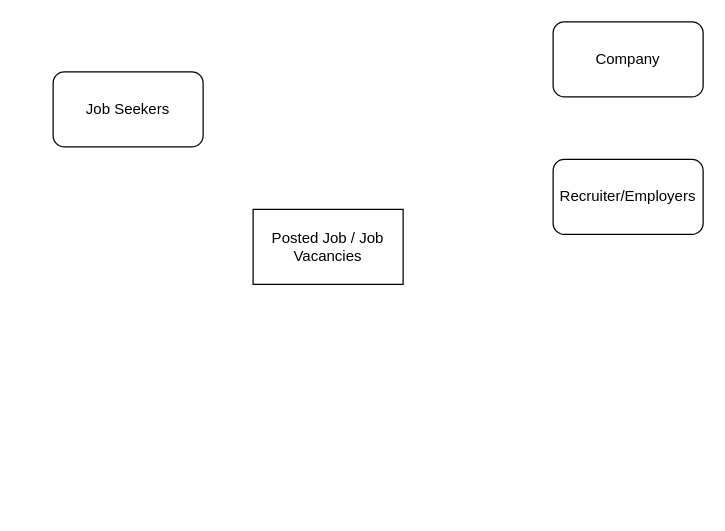
Above: Untitled Diagram.drawio in johnjumaritz/Conceptual_Framework-JFS (draw.io), before the change. Source tidied: cells renumbered, new cells numbered last; positions are measured from the earlier drawing's top-left corner, leaving out a move shared by most shapes. Both pictures are drawn from the tidied source at 125%, with x=0, y=0 at pixel (52, 21).
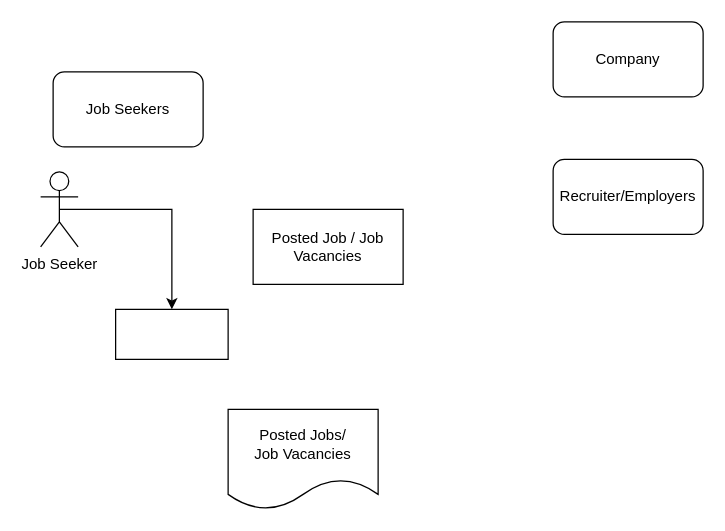
The same page after the edit.

The edit, as a diff of the source:
```diff
@@
 <mxGraphModel>
   <root>
     <mxCell id="0" />
     <mxCell id="1" parent="0" />
     <mxCell id="2" value="Posted Job / Job Vacancies" style="rounded=0;whiteSpace=wrap;html=1;" parent="1" vertex="1">
       <mxGeometry x="160" y="150" width="120" height="60" as="geometry" />
     </mxCell>
     <mxCell id="3" value="Job Seekers" style="rounded=1;whiteSpace=wrap;html=1;" parent="1" vertex="1">
       <mxGeometry y="40" width="120" height="60" as="geometry" />
     </mxCell>
     <mxCell id="4" value="Company" style="rounded=1;whiteSpace=wrap;html=1;" parent="1" vertex="1">
       <mxGeometry x="400" width="120" height="60" as="geometry" />
     </mxCell>
     <mxCell id="5" value="Recruiter/Employers" style="rounded=1;whiteSpace=wrap;html=1;" parent="1" vertex="1">
       <mxGeometry x="400" y="110" width="120" height="60" as="geometry" />
     </mxCell>
+    <mxCell id="6" style="edgeStyle=orthogonalEdgeStyle;rounded=0;jettySize=auto;html=1;exitX=0.5;exitY=0.5;exitDx=0;exitDy=0;exitPerimeter=0;" parent="1" edge="1" source="7" target="8">
+      <mxGeometry relative="1" as="geometry" />
+    </mxCell>
+    <mxCell id="7" value="Job Seeker" style="shape=umlActor;verticalLabelPosition=bottom;verticalAlign=top;html=1;outlineConnect=0;" parent="1" vertex="1">
+      <mxGeometry x="-10" y="120" width="30" height="60" as="geometry" />
+    </mxCell>
+    <mxCell id="8" style="rounded=0;whiteSpace=wrap;html=1;" parent="1" vertex="1">
+      <mxGeometry x="50" y="230" width="90" height="40" as="geometry" />
+    </mxCell>
+    <mxCell id="9" value="Posted Jobs/&lt;br&gt;Job Vacancies" style="shape=document;whiteSpace=wrap;html=1;boundedLbl=1;" parent="1" vertex="1">
+      <mxGeometry x="140" y="310" width="120" height="80" as="geometry" />
+    </mxCell>
   </root>
 </mxGraphModel>
```
